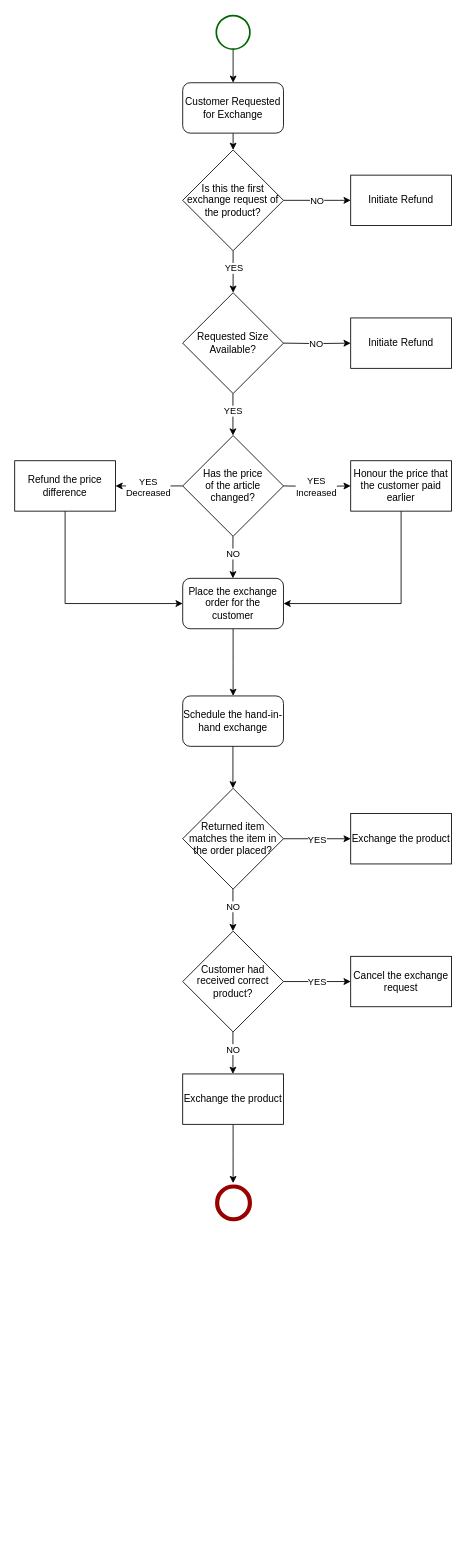
SaketNarayane/ProcessFlows keeps this draw.io diagram as Exchange.drawio. Above is the earlier version. Source tidied: cells renumbered, new cells numbered last; positions are measured from the earlier drawing's top-left corner, leaving out a move shared by most shapes. Both pictures are drawn from the tidied source at 84%, with x=0, y=0 at pixel (14, 15).
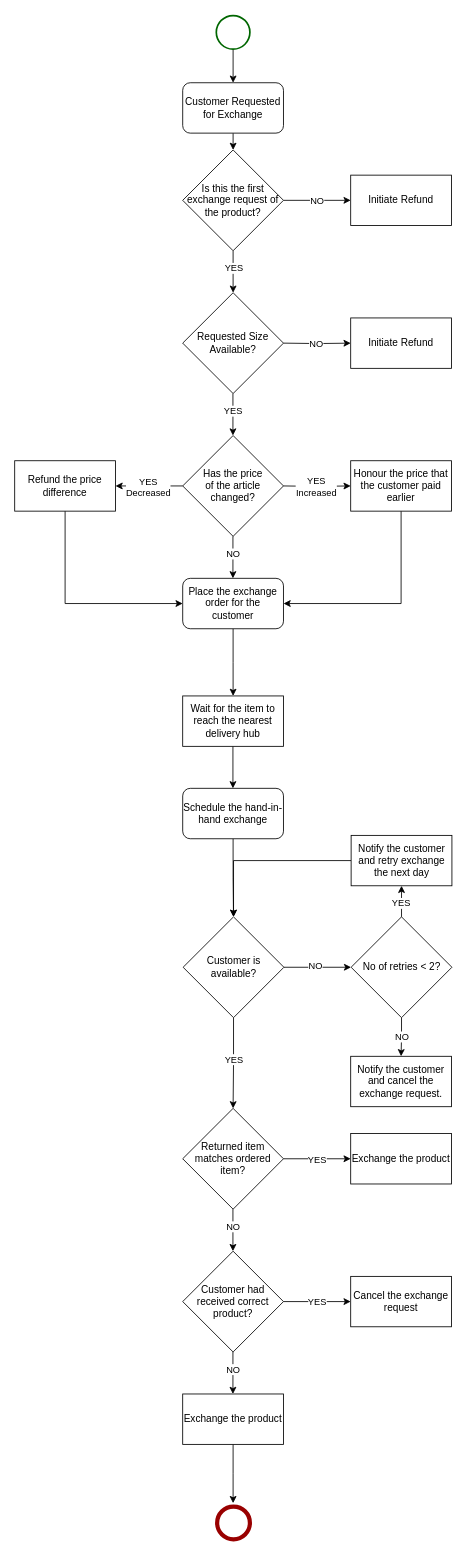
After the change.

What changed in the source:
```diff
@@
+    <mxCell id="48" style="edgeStyle=orthogonalEdgeStyle;rounded=0;jettySize=auto;html=1;" parent="1" edge="1" source="31" target="54">
+      <mxGeometry relative="1" as="geometry" />
+    </mxCell>
     <mxCell id="31" value="Schedule the hand-in-hand exchange" style="rounded=1;whiteSpace=wrap;html=1;" parent="1" vertex="1">
-      <mxGeometry x="200" y="810" width="120" height="60" as="geometry" />
+      <mxGeometry x="200" y="920" width="120" height="60" as="geometry" />
     </mxCell>
@@
-    <mxCell id="33" value="Returned item matches the item in the order placed?" style="rhombus;whiteSpace=wrap;html=1;" parent="1" vertex="1">
-      <mxGeometry x="200" y="920" width="120" height="120" as="geometry" />
+    <mxCell id="33" value="Returned item matches ordered item?" style="rhombus;whiteSpace=wrap;html=1;" parent="1" vertex="1">
+      <mxGeometry x="200" y="1301" width="120" height="120" as="geometry" />
     </mxCell>
     <mxCell id="34" style="edgeStyle=orthogonalEdgeStyle;rounded=0;orthogonalLoop=1;jettySize=auto;html=1;exitX=0.5;exitY=1;exitDx=0;exitDy=0;" parent="1" edge="1">
       <mxGeometry relative="1" as="geometry">
-        <mxPoint x="259.8" y="1040" as="sourcePoint" />
-        <mxPoint x="259.8" y="1090" as="targetPoint" />
+        <mxPoint x="259.8" y="1421" as="sourcePoint" />
+        <mxPoint x="259.8" y="1471" as="targetPoint" />
       </mxGeometry>
     </mxCell>
@@
     <mxCell id="36" style="edgeStyle=orthogonalEdgeStyle;rounded=0;orthogonalLoop=1;jettySize=auto;html=1;exitX=1;exitY=0.5;exitDx=0;exitDy=0;entryX=0;entryY=0.5;entryDx=0;entryDy=0;" parent="1" edge="1">
       <mxGeometry relative="1" as="geometry">
-        <mxPoint x="320" y="980" as="sourcePoint" />
-        <mxPoint x="400" y="980" as="targetPoint" />
+        <mxPoint x="320" y="1361" as="sourcePoint" />
+        <mxPoint x="400" y="1361" as="targetPoint" />
       </mxGeometry>
     </mxCell>
@@
     <mxCell id="38" value="Exchange the product" style="whiteSpace=wrap;html=1;" parent="1" vertex="1">
-      <mxGeometry x="400" y="950" width="120" height="60" as="geometry" />
+      <mxGeometry x="400" y="1331" width="120" height="60" as="geometry" />
     </mxCell>
     <mxCell id="39" value="Customer had received correct product?" style="rhombus;whiteSpace=wrap;html=1;" parent="1" vertex="1">
-      <mxGeometry x="200" y="1090" width="120" height="120" as="geometry" />
+      <mxGeometry x="200" y="1471" width="120" height="120" as="geometry" />
     </mxCell>
     <mxCell id="40" style="edgeStyle=orthogonalEdgeStyle;rounded=0;orthogonalLoop=1;jettySize=auto;html=1;exitX=1;exitY=0.5;exitDx=0;exitDy=0;entryX=0;entryY=0.5;entryDx=0;entryDy=0;" parent="1" edge="1">
       <mxGeometry relative="1" as="geometry">
-        <mxPoint x="320" y="1150" as="sourcePoint" />
-        <mxPoint x="400" y="1150" as="targetPoint" />
+        <mxPoint x="320" y="1531" as="sourcePoint" />
+        <mxPoint x="400" y="1531" as="targetPoint" />
       </mxGeometry>
     </mxCell>
@@
     <mxCell id="42" style="edgeStyle=orthogonalEdgeStyle;rounded=0;orthogonalLoop=1;jettySize=auto;html=1;exitX=0.5;exitY=1;exitDx=0;exitDy=0;" parent="1" edge="1">
       <mxGeometry relative="1" as="geometry">
-        <mxPoint x="259.8" y="1210" as="sourcePoint" />
-        <mxPoint x="259.8" y="1260" as="targetPoint" />
+        <mxPoint x="259.8" y="1591" as="sourcePoint" />
+        <mxPoint x="259.8" y="1641" as="targetPoint" />
       </mxGeometry>
     </mxCell>
@@
     <mxCell id="44" value="Cancel the exchange request" style="whiteSpace=wrap;html=1;" parent="1" vertex="1">
-      <mxGeometry x="400" y="1120" width="120" height="60" as="geometry" />
+      <mxGeometry x="400" y="1501" width="120" height="60" as="geometry" />
     </mxCell>
     <mxCell id="45" style="edgeStyle=orthogonalEdgeStyle;rounded=0;jettySize=auto;html=1;" parent="1" edge="1" source="46">
       <mxGeometry relative="1" as="geometry">
-        <mxPoint x="260" y="1390" as="targetPoint" />
+        <mxPoint x="260" y="1771" as="targetPoint" />
       </mxGeometry>
     </mxCell>
     <mxCell id="46" value="Exchange the product" style="whiteSpace=wrap;html=1;" parent="1" vertex="1">
-      <mxGeometry x="200" y="1260" width="120" height="60" as="geometry" />
+      <mxGeometry x="200" y="1641" width="120" height="60" as="geometry" />
     </mxCell>
     <mxCell id="47" style="shape=ellipse;html=1;dashed=0;whiteSpace=wrap;strokeWidth=5;perimeter=ellipsePerimeter;strokeColor=#990000;" parent="1" vertex="1">
-      <mxGeometry x="241" y="1394" width="39" height="39" as="geometry" />
+      <mxGeometry x="241" y="1775" width="39" height="39" as="geometry" />
     </mxCell>
+    <mxCell id="49" value="Wait for the item to reach the nearest delivery hub" style="rounded=0;whiteSpace=wrap;html=1;" parent="1" vertex="1">
+      <mxGeometry x="200" y="810" width="120" height="60" as="geometry" />
+    </mxCell>
+    <mxCell id="50" style="edgeStyle=orthogonalEdgeStyle;rounded=0;jettySize=auto;html=1;entryX=0.5;entryY=0;entryDx=0;entryDy=0;" parent="1" edge="1" source="54" target="33">
+      <mxGeometry relative="1" as="geometry" />
+    </mxCell>
+    <mxCell id="51" value="YES" style="edgeLabel;html=1;align=center;verticalAlign=middle;" parent="50" vertex="1">
+      <mxGeometry x="-0.1" relative="1" as="geometry" />
+    </mxCell>
+    <mxCell id="52" style="edgeStyle=orthogonalEdgeStyle;rounded=0;jettySize=auto;html=1;" parent="1" edge="1" source="54" target="61">
+      <mxGeometry relative="1" as="geometry" />
+    </mxCell>
+    <mxCell id="53" value="NO" style="edgeLabel;html=1;align=center;verticalAlign=middle;" parent="52" vertex="1">
+      <mxGeometry x="-0.09" y="2" relative="1" as="geometry">
+        <mxPoint x="1" as="offset" />
+      </mxGeometry>
+    </mxCell>
+    <mxCell id="54" value="Customer is available?" style="rhombus;whiteSpace=wrap;html=1;" parent="1" vertex="1">
+      <mxGeometry x="200.5" y="1073" width="120" height="120" as="geometry" />
+    </mxCell>
+    <mxCell id="55" style="edgeStyle=orthogonalEdgeStyle;rounded=0;jettySize=auto;html=1;exitX=0;exitY=0.5;exitDx=0;exitDy=0;entryX=0.5;entryY=0;entryDx=0;entryDy=0;" parent="1" edge="1" source="56" target="54">
+      <mxGeometry relative="1" as="geometry" />
+    </mxCell>
+    <mxCell id="56" value="Notify the customer and retry exchange the next day" style="whiteSpace=wrap;html=1;" parent="1" vertex="1">
+      <mxGeometry x="400.5" y="976" width="120" height="60" as="geometry" />
+    </mxCell>
+    <mxCell id="57" style="edgeStyle=orthogonalEdgeStyle;rounded=0;jettySize=auto;html=1;" parent="1" edge="1" source="61" target="56">
+      <mxGeometry relative="1" as="geometry" />
+    </mxCell>
+    <mxCell id="58" value="YES" style="edgeLabel;html=1;align=center;verticalAlign=middle;" parent="57" vertex="1">
+      <mxGeometry x="-0.19" y="1" relative="1" as="geometry" />
+    </mxCell>
+    <mxCell id="59" style="edgeStyle=orthogonalEdgeStyle;rounded=0;jettySize=auto;html=1;" parent="1" edge="1" source="61" target="62">
+      <mxGeometry relative="1" as="geometry" />
+    </mxCell>
+    <mxCell id="60" value="NO" style="edgeLabel;html=1;align=center;verticalAlign=middle;" parent="59" vertex="1">
+      <mxGeometry x="-0.04" relative="1" as="geometry" />
+    </mxCell>
+    <mxCell id="61" value="No of retries &amp;lt; 2?" style="rhombus;whiteSpace=wrap;html=1;" parent="1" vertex="1">
+      <mxGeometry x="400.5" y="1073" width="120" height="120" as="geometry" />
+    </mxCell>
+    <mxCell id="62" value="Notify the customer and cancel the exchange request." style="whiteSpace=wrap;html=1;" parent="1" vertex="1">
+      <mxGeometry x="400" y="1239" width="120" height="60" as="geometry" />
+    </mxCell>
```
